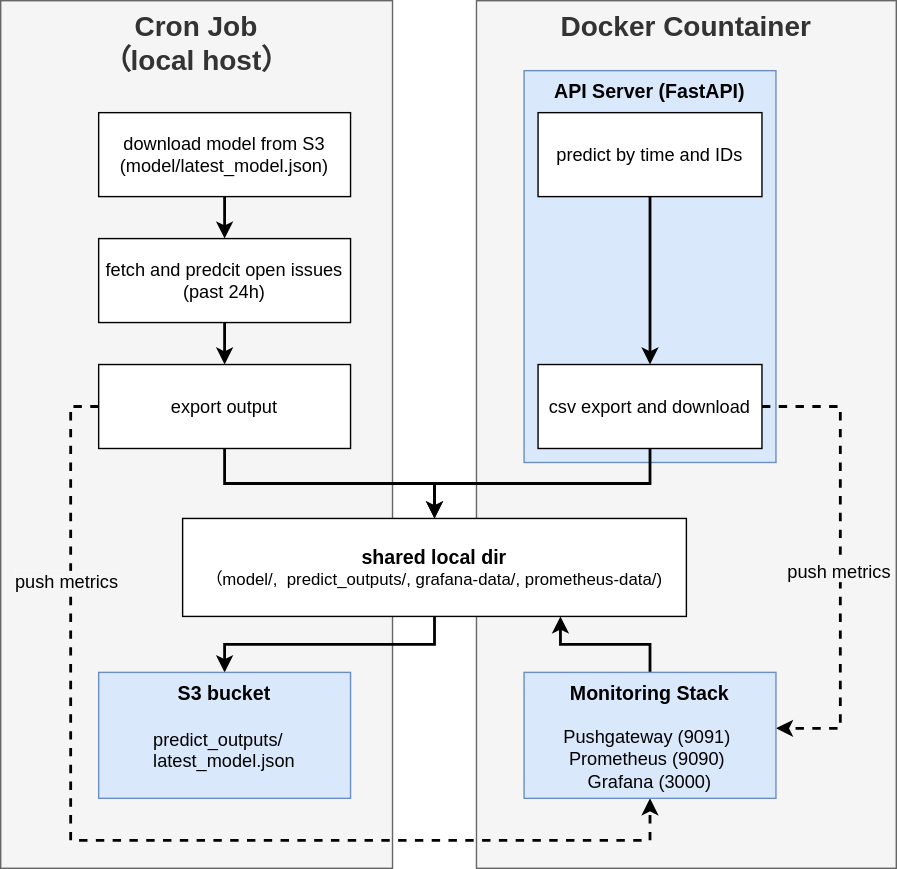
Arsney091289421/mlops-serve keeps this draw.io diagram as docs/architecture.svg. Above is the earlier version. Source tidied: cells renumbered, new cells last; positions are measured from the earlier drawing's top-left corner, leaving out a move shared by most shapes.
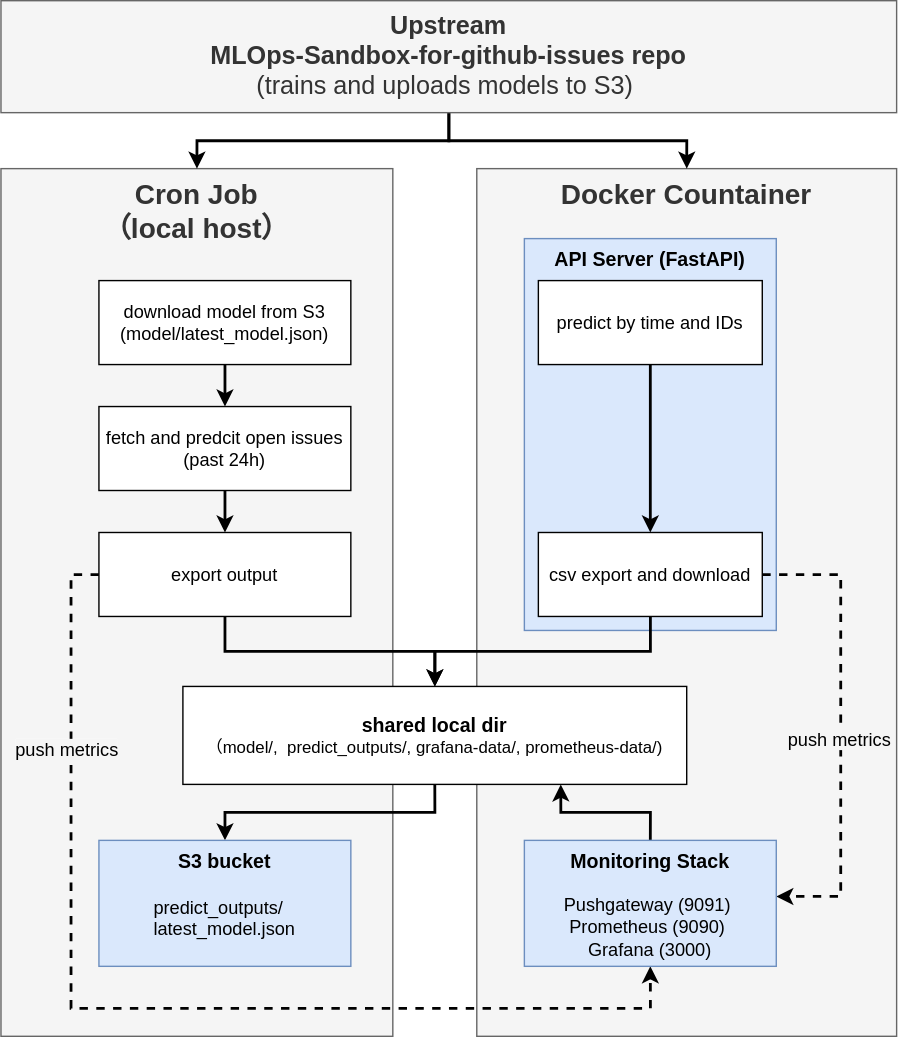
The same diagram one commit later.

Commit message:
Update:architecture pic

Cleanup: Merged README.md updates into one commit, including formatting tweaks, added screenshots, and latency note.

Change to the diagram source:
```diff
@@ -82,5 +82,14 @@
     <mxCell id="24" value="&lt;b&gt;&lt;font style=&quot;font-size: 14px;&quot;&gt;Monitoring Stack&lt;/font&gt;&lt;/b&gt;&lt;div&gt;&lt;font style=&quot;font-size: 13px;&quot;&gt;&lt;br&gt;&lt;/font&gt;&lt;div&gt;&lt;font style=&quot;font-size: 13px;&quot;&gt;Pushgateway (9091)&amp;nbsp;&lt;br&gt;&lt;/font&gt;&lt;div&gt;&lt;font style=&quot;font-size: 13px;&quot;&gt;Prometheus (9090)&amp;nbsp;&lt;/font&gt;&lt;/div&gt;&lt;/div&gt;&lt;div&gt;&lt;font style=&quot;font-size: 13px;&quot;&gt;Grafana (3000)&lt;/font&gt;&lt;/div&gt;&lt;/div&gt;" style="text;html=1;align=center;verticalAlign=top;whiteSpace=wrap;rounded=0;fillColor=#dae8fc;strokeColor=#6c8ebf;" parent="1" vertex="1">
       <mxGeometry x="374" y="480" width="180" height="90" as="geometry" />
     </mxCell>
+    <mxCell id="25" style="edgeStyle=orthogonalEdgeStyle;rounded=0;jettySize=auto;html=1;entryX=0.5;entryY=0;entryDx=0;entryDy=0;strokeWidth=2;" parent="1" edge="1" source="27" target="3">
+      <mxGeometry relative="1" as="geometry" />
+    </mxCell>
+    <mxCell id="26" style="edgeStyle=orthogonalEdgeStyle;rounded=0;jettySize=auto;html=1;entryX=0.5;entryY=0;entryDx=0;entryDy=0;strokeWidth=2;" parent="1" edge="1" source="27" target="2">
+      <mxGeometry relative="1" as="geometry" />
+    </mxCell>
+    <mxCell id="27" value="&lt;font style=&quot;font-size: 18px;&quot;&gt;&lt;b&gt;Upstream&lt;/b&gt;&lt;/font&gt;&lt;div&gt;&lt;font style=&quot;font-size: 18px;&quot;&gt;&lt;b&gt;&lt;span class=&quot;AppHeader-context-item-label&quot; style=&quot;box-sizing: border-box; overflow: hidden; text-overflow: ellipsis; text-wrap-mode: nowrap; display: inline !important;&quot;&gt;MLOps-Sandbox-for-github-issues repo&lt;/span&gt;&lt;/b&gt;&lt;/font&gt;&lt;/div&gt;&lt;div&gt;&lt;font style=&quot;&quot;&gt;&lt;span class=&quot;AppHeader-context-item-label&quot; style=&quot;box-sizing: border-box; overflow: hidden; text-overflow: ellipsis; display: inline !important;&quot;&gt;&lt;span style=&quot;font-size: 18px; text-wrap-mode: nowrap;&quot;&gt;(trains and uploads models to S3)&amp;nbsp;&lt;/span&gt;&lt;/span&gt;&lt;/font&gt;&lt;/div&gt;" style="text;html=1;align=center;verticalAlign=middle;whiteSpace=wrap;rounded=0;strokeColor=#666666;fillColor=#f5f5f5;fontColor=#333333;" parent="1" vertex="1">
+      <mxGeometry y="-120" width="640" height="80" as="geometry" />
+    </mxCell>
   </root>
 </mxGraphModel>
```
